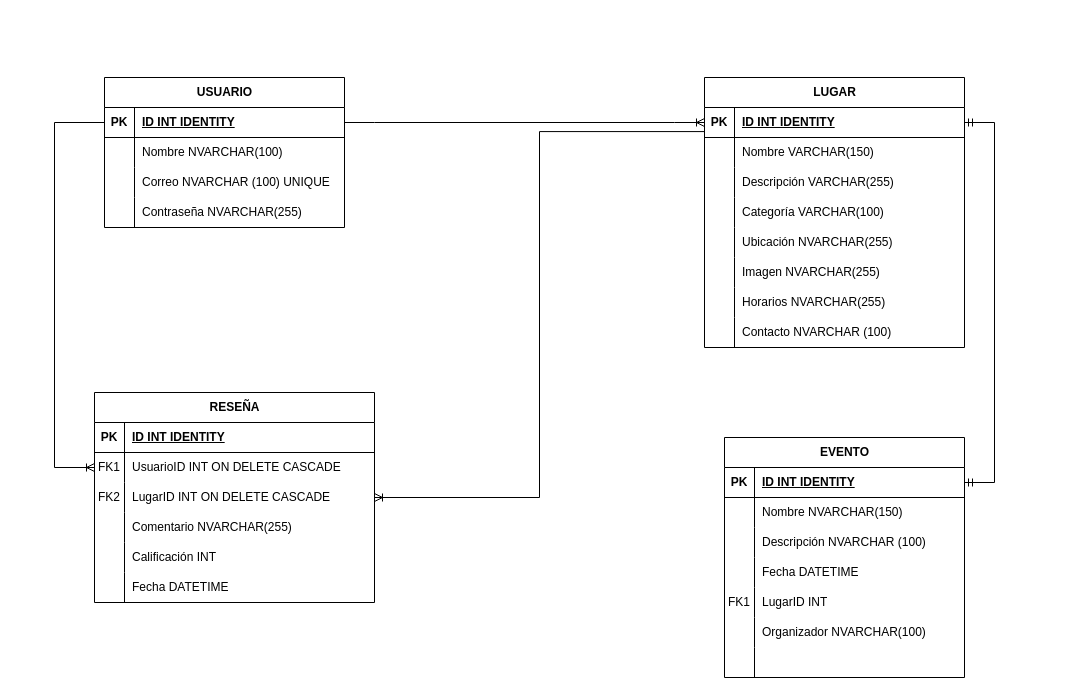
Cat0428/Ingenier-a-Software-2 keeps this draw.io diagram as Buenas Practicas/Segunda Parte Diseño del software/DBMedellinTurismo.drawio. Above is the earlier version. Source tidied: cells renumbered, new cells numbered last; positions are measured from the earlier drawing's top-left corner, leaving out a move shared by most shapes. Both pictures are drawn from the tidied source at 100%, with x=0, y=0 at pixel (54, 77).
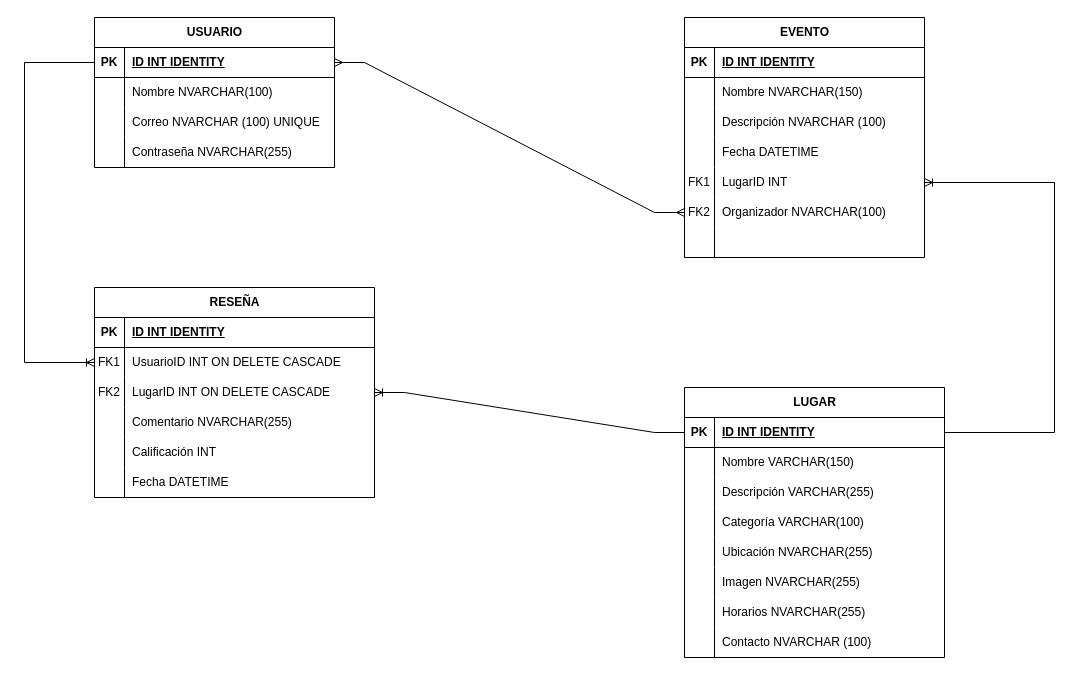
The same page after the edit.

Unchanged cells that the change refers to:
```xml
<mxCell id="3" style="shape=tableRow;horizontal=0;startSize=0;swimlaneHead=0;swimlaneBody=0;fillColor=none;points=[[0,0.5],[1,0.5]];portConstraint=eastwest;top=0;left=0;right=0;bottom=1;" parent="2" vertex="1">
  <mxGeometry y="30" width="260" height="30" as="geometry" />
</mxCell>
<mxCell id="28" style="shape=tableRow;horizontal=0;startSize=0;swimlaneHead=0;swimlaneBody=0;fillColor=none;points=[[0,0.5],[1,0.5]];portConstraint=eastwest;top=0;left=0;right=0;bottom=1;" parent="27" vertex="1">
  <mxGeometry y="30" width="240" height="30" as="geometry" />
</mxCell>
<mxCell id="44" style="shape=tableRow;horizontal=0;startSize=0;swimlaneHead=0;swimlaneBody=0;fillColor=none;points=[[0,0.5],[1,0.5]];portConstraint=eastwest;top=0;left=0;right=0;bottom=0;" parent="40" vertex="1">
  <mxGeometry y="60" width="280" height="30" as="geometry" />
</mxCell>
<mxCell id="47" style="shape=tableRow;horizontal=0;startSize=0;swimlaneHead=0;swimlaneBody=0;fillColor=none;points=[[0,0.5],[1,0.5]];portConstraint=eastwest;top=0;left=0;right=0;bottom=0;" parent="40" vertex="1">
  <mxGeometry y="90" width="280" height="30" as="geometry" />
</mxCell>
<mxCell id="60" style="shape=tableRow;horizontal=0;startSize=0;swimlaneHead=0;swimlaneBody=0;fillColor=none;points=[[0,0.5],[1,0.5]];portConstraint=eastwest;top=0;left=0;right=0;bottom=1;" parent="59" vertex="1">
  <mxGeometry y="30" width="240" height="30" as="geometry" />
</mxCell>
<mxCell id="72" style="shape=tableRow;horizontal=0;startSize=0;swimlaneHead=0;swimlaneBody=0;fillColor=none;points=[[0,0.5],[1,0.5]];portConstraint=eastwest;top=0;left=0;right=0;bottom=0;" parent="59" vertex="1">
  <mxGeometry y="150" width="240" height="30" as="geometry" />
</mxCell>
<mxCell id="75" style="shape=tableRow;horizontal=0;startSize=0;swimlaneHead=0;swimlaneBody=0;fillColor=none;points=[[0,0.5],[1,0.5]];portConstraint=eastwest;top=0;left=0;right=0;bottom=0;" parent="59" vertex="1">
  <mxGeometry y="180" width="240" height="30" as="geometry" />
</mxCell>
```

The edit, as a diff of the source:
```diff
@@
     <mxCell id="2" value="LUGAR" style="shape=table;startSize=30;childLayout=tableLayout;rowLines=0;fontStyle=1;align=center;html=1;" parent="1" vertex="1">
-      <mxGeometry x="650" width="260" height="270" as="geometry" />
+      <mxGeometry x="630" y="310" width="260" height="270" as="geometry" />
     </mxCell>
@@
     <mxCell id="27" value="USUARIO" style="shape=table;startSize=30;childLayout=tableLayout;rowLines=0;fontStyle=1;align=center;html=1;" parent="1" vertex="1">
-      <mxGeometry x="50" width="240" height="150" as="geometry" />
+      <mxGeometry x="40" y="-60" width="240" height="150" as="geometry" />
     </mxCell>
@@
     <mxCell id="40" value="RESEÑA" style="shape=table;startSize=30;childLayout=tableLayout;rowLines=0;fontStyle=1;align=center;html=1;" parent="1" vertex="1">
-      <mxGeometry x="40" y="315" width="280" height="210" as="geometry" />
+      <mxGeometry x="40" y="210" width="280" height="210" as="geometry" />
     </mxCell>
@@
     <mxCell id="59" value="EVENTO" style="shape=table;startSize=30;childLayout=tableLayout;rowLines=0;fontStyle=1;align=center;html=1;" parent="1" vertex="1">
-      <mxGeometry x="670" y="360" width="240" height="240" as="geometry" />
+      <mxGeometry x="630" y="-60" width="240" height="240" as="geometry" />
     </mxCell>
@@
-    <mxCell id="81" style="edgeStyle=entityRelationEdgeStyle;fontSize=12;html=1;endArrow=ERoneToMany;rounded=0;exitX=1;exitY=0.5;exitDx=0;exitDy=0;entryX=0;entryY=0.5;entryDx=0;entryDy=0;" parent="1" edge="1" source="28" target="3">
-      <mxGeometry relative="1" as="geometry" />
-    </mxCell>
+    <mxCell id="83" style="edgeStyle=elbowEdgeStyle;fontSize=12;html=1;endArrow=ERoneToMany;rounded=0;exitX=0;exitY=0.5;exitDx=0;exitDy=0;entryX=0;entryY=0.5;entryDx=0;entryDy=0;" parent="1" edge="1" source="28" target="44">
+      <mxGeometry relative="1" as="geometry">
+        <Array as="points">
+          <mxPoint x="-30" y="170" />
+        </Array>
+      </mxGeometry>
+    </mxCell>
-    <mxCell id="82" style="edgeStyle=elbowEdgeStyle;fontSize=12;html=1;endArrow=ERoneToMany;rounded=0;exitX=0;exitY=0.803;exitDx=0;exitDy=0;exitPerimeter=0;entryX=1;entryY=0.5;entryDx=0;entryDy=0;" parent="1" edge="1" source="3" target="47">
+    <mxCell id="82" style="edgeStyle=entityRelationEdgeStyle;fontSize=12;html=1;endArrow=ERoneToMany;rounded=0;exitX=0;exitY=0.5;exitDx=0;exitDy=0;entryX=1;entryY=0.5;entryDx=0;entryDy=0;" parent="1" edge="1" source="3" target="47">
       <mxGeometry relative="1" as="geometry" />
     </mxCell>
-    <mxCell id="83" style="edgeStyle=elbowEdgeStyle;fontSize=12;html=1;endArrow=ERoneToMany;rounded=0;entryX=0;entryY=0.5;entryDx=0;entryDy=0;" parent="1" edge="1" source="28" target="44">
-      <mxGeometry relative="1" as="geometry">
-        <Array as="points">
-          <mxPoint y="210" />
-        </Array>
-      </mxGeometry>
-    </mxCell>
-    <mxCell id="84" style="edgeStyle=entityRelationEdgeStyle;fontSize=12;html=1;endArrow=ERmandOne;startArrow=ERmandOne;rounded=0;entryX=1;entryY=0.5;entryDx=0;entryDy=0;exitX=1;exitY=0.5;exitDx=0;exitDy=0;" parent="1" edge="1" source="3" target="60">
-      <mxGeometry relative="1" as="geometry" />
-    </mxCell>
+    <mxCell id="85" style="edgeStyle=elbowEdgeStyle;fontSize=12;html=1;endArrow=ERoneToMany;rounded=0;exitX=1;exitY=0.5;exitDx=0;exitDy=0;entryX=1;entryY=0.5;entryDx=0;entryDy=0;" parent="1" edge="1" source="3" target="72">
+      <mxGeometry relative="1" as="geometry">
+        <Array as="points">
+          <mxPoint x="1000" y="230" />
+        </Array>
+      </mxGeometry>
+    </mxCell>
+    <mxCell id="86" value="FK2" style="shape=partialRectangle;fillColor=none;top=0;left=0;bottom=0;right=0;overflow=hidden;whiteSpace=wrap;html=1;" parent="1" vertex="1">
+      <mxGeometry x="630" y="120" width="30" height="30" as="geometry" />
+    </mxCell>
+    <mxCell id="87" style="edgeStyle=entityRelationEdgeStyle;fontSize=12;html=1;endArrow=ERmany;startArrow=ERmany;rounded=0;exitX=1;exitY=0.5;exitDx=0;exitDy=0;" parent="1" edge="1" source="28" target="75">
+      <mxGeometry relative="1" as="geometry" />
+    </mxCell>
```
